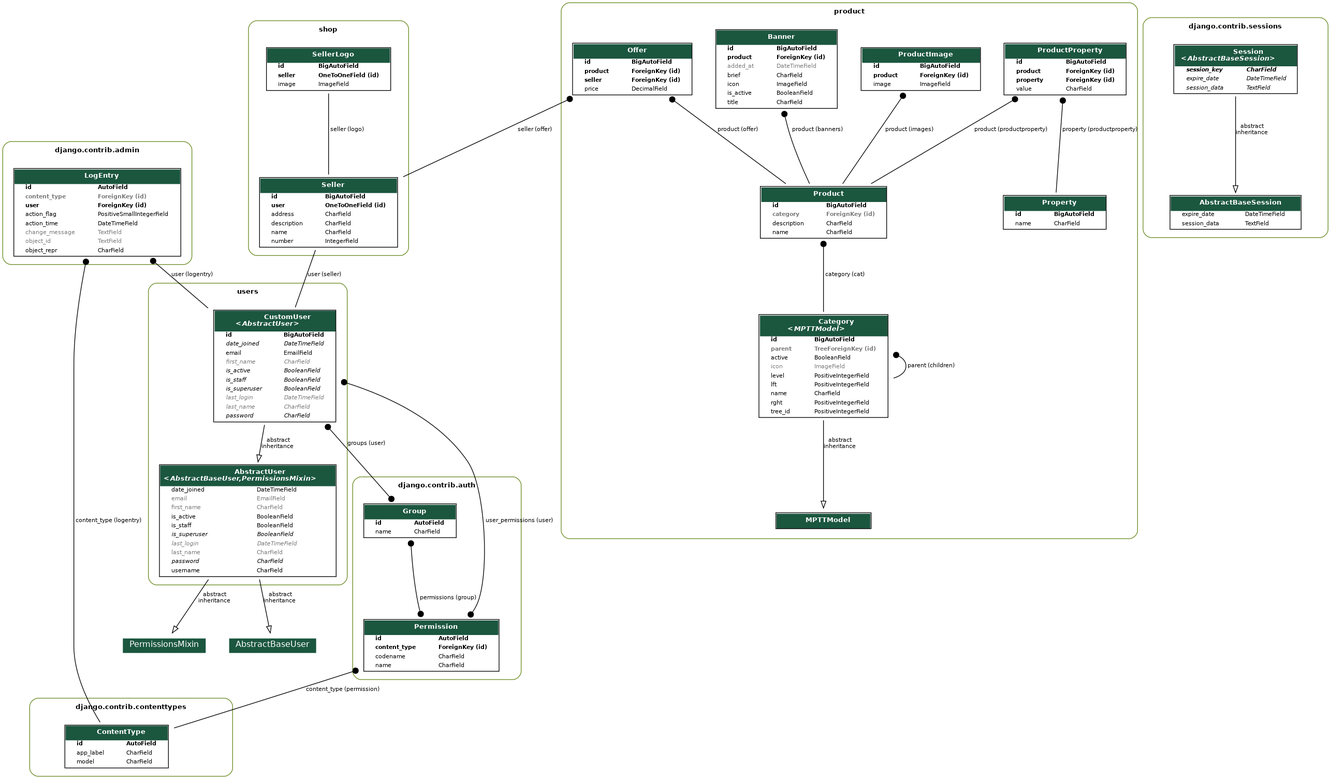
Before: documents/models.png, a diagram exported from Graphviz (STZhuravlev/online-store). Its source is kept beside it as documents/models.dot.
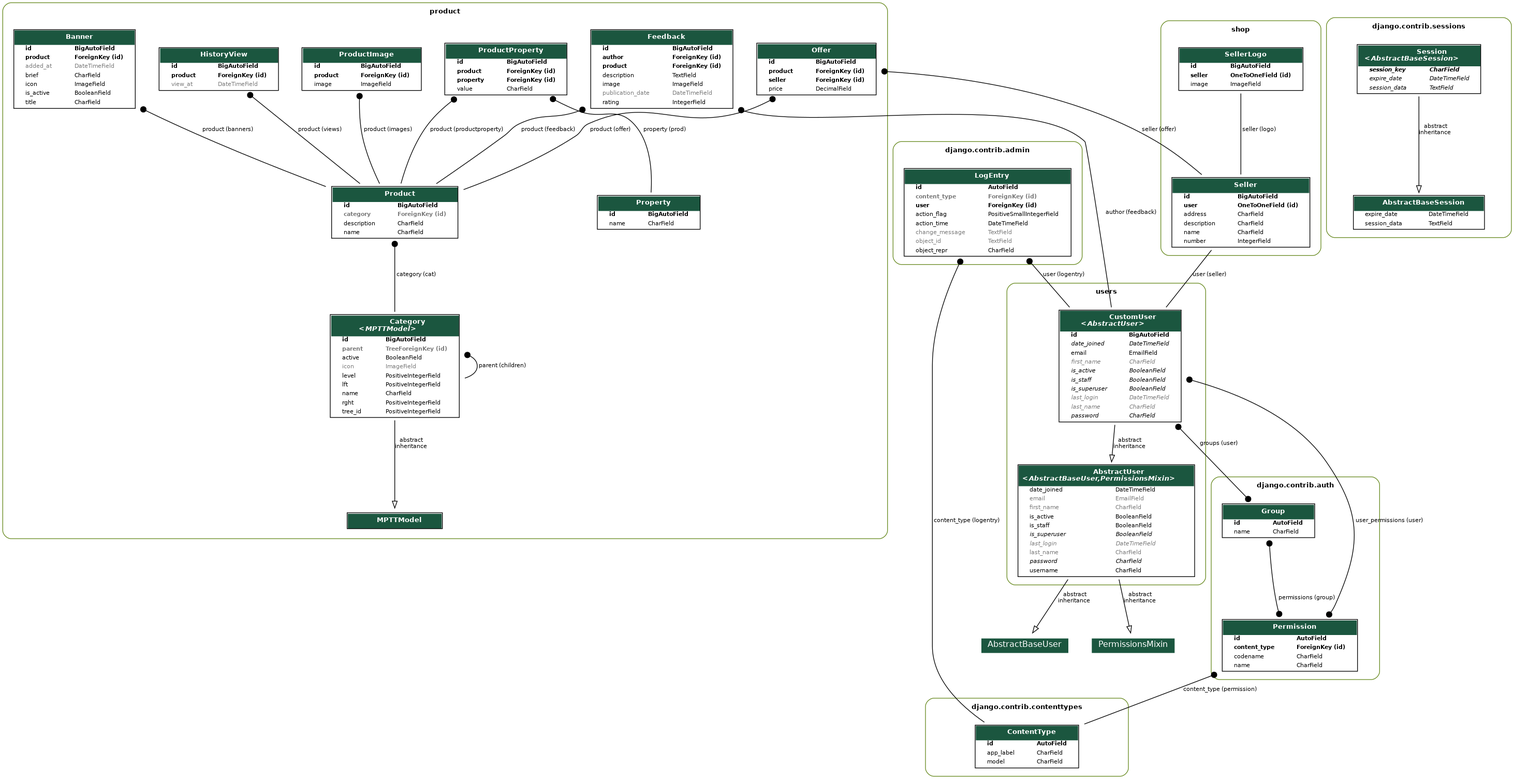
After the commit.

Commit message:
обновляет описание моделей проекта

Diff of the diagram source:
```diff
@@ -610,6 +610,106 @@
     </TABLE>
     >]
 
+  product_models_HistoryView [label=<
+    <TABLE BGCOLOR="white" BORDER="1" CELLBORDER="0" CELLSPACING="0">
+    <TR><TD COLSPAN="2" CELLPADDING="5" ALIGN="CENTER" BGCOLOR="#1b563f">
+    <FONT FACE="Roboto" COLOR="white" POINT-SIZE="10"><B>
+    HistoryView
+    </B></FONT></TD></TR>
+
+
+    <TR><TD ALIGN="LEFT" BORDER="0">
+    <FONT FACE="Roboto"><B>id</B></FONT>
+    </TD><TD ALIGN="LEFT">
+    <FONT FACE="Roboto"><B>BigAutoField</B></FONT>
+    </TD></TR>
+
+
+
+    <TR><TD ALIGN="LEFT" BORDER="0">
+    <FONT FACE="Roboto"><B>product</B></FONT>
+    </TD><TD ALIGN="LEFT">
+    <FONT FACE="Roboto"><B>ForeignKey (id)</B></FONT>
+    </TD></TR>
+
+
+
+    <TR><TD ALIGN="LEFT" BORDER="0">
+    <FONT COLOR="#7B7B7B" FACE="Roboto">view_at</FONT>
+    </TD><TD ALIGN="LEFT">
+    <FONT COLOR="#7B7B7B" FACE="Roboto">DateTimeField</FONT>
+    </TD></TR>
+
+
+    </TABLE>
+    >]
+
+  product_models_Feedback [label=<
+    <TABLE BGCOLOR="white" BORDER="1" CELLBORDER="0" CELLSPACING="0">
+    <TR><TD COLSPAN="2" CELLPADDING="5" ALIGN="CENTER" BGCOLOR="#1b563f">
+    <FONT FACE="Roboto" COLOR="white" POINT-SIZE="10"><B>
+    Feedback
+    </B></FONT></TD></TR>
+
+
+    <TR><TD ALIGN="LEFT" BORDER="0">
+    <FONT FACE="Roboto"><B>id</B></FONT>
+    </TD><TD ALIGN="LEFT">
+    <FONT FACE="Roboto"><B>BigAutoField</B></FONT>
+    </TD></TR>
+
+
+
+    <TR><TD ALIGN="LEFT" BORDER="0">
+    <FONT FACE="Roboto"><B>author</B></FONT>
+    </TD><TD ALIGN="LEFT">
+    <FONT FACE="Roboto"><B>ForeignKey (id)</B></FONT>
+    </TD></TR>
+
+
+
+    <TR><TD ALIGN="LEFT" BORDER="0">
+    <FONT FACE="Roboto"><B>product</B></FONT>
+    </TD><TD ALIGN="LEFT">
+    <FONT FACE="Roboto"><B>ForeignKey (id)</B></FONT>
+    </TD></TR>
+
+
+
+    <TR><TD ALIGN="LEFT" BORDER="0">
+    <FONT FACE="Roboto">description</FONT>
+    </TD><TD ALIGN="LEFT">
+    <FONT FACE="Roboto">TextField</FONT>
+    </TD></TR>
+
+
+
+    <TR><TD ALIGN="LEFT" BORDER="0">
+    <FONT FACE="Roboto">image</FONT>
+    </TD><TD ALIGN="LEFT">
+    <FONT FACE="Roboto">ImageField</FONT>
+    </TD></TR>
+
+
+
+    <TR><TD ALIGN="LEFT" BORDER="0">
+    <FONT COLOR="#7B7B7B" FACE="Roboto">publication_date</FONT>
+    </TD><TD ALIGN="LEFT">
+    <FONT COLOR="#7B7B7B" FACE="Roboto">DateTimeField</FONT>
+    </TD></TR>
+
+
+
+    <TR><TD ALIGN="LEFT" BORDER="0">
+    <FONT FACE="Roboto">rating</FONT>
+    </TD><TD ALIGN="LEFT">
+    <FONT FACE="Roboto">IntegerField</FONT>
+    </TD></TR>
+
+
+    </TABLE>
+    >]
+
 
 
 
@@ -918,7 +1018,7 @@
   [label=" product (productproperty)"] [arrowhead=none, arrowtail=dot, dir=both];
 
   product_models_ProductProperty -> product_models_Property
-  [label=" property (productproperty)"] [arrowhead=none, arrowtail=dot, dir=both];
+  [label=" property (prod)"] [arrowhead=none, arrowtail=dot, dir=both];
 
   product_models_Banner -> product_models_Product
   [label=" product (banners)"] [arrowhead=none, arrowtail=dot, dir=both];
@@ -937,6 +1037,15 @@
 
   product_models_ProductImage -> product_models_Product
   [label=" product (images)"] [arrowhead=none, arrowtail=dot, dir=both];
+
+  product_models_HistoryView -> product_models_Product
+  [label=" product (views)"] [arrowhead=none, arrowtail=dot, dir=both];
+
+  product_models_Feedback -> product_models_Product
+  [label=" product (feedback)"] [arrowhead=none, arrowtail=dot, dir=both];
+
+  product_models_Feedback -> users_models_CustomUser
+  [label=" author (feedback)"] [arrowhead=none, arrowtail=dot, dir=both];
 
 
   shop_models_Seller -> users_models_CustomUser
```
